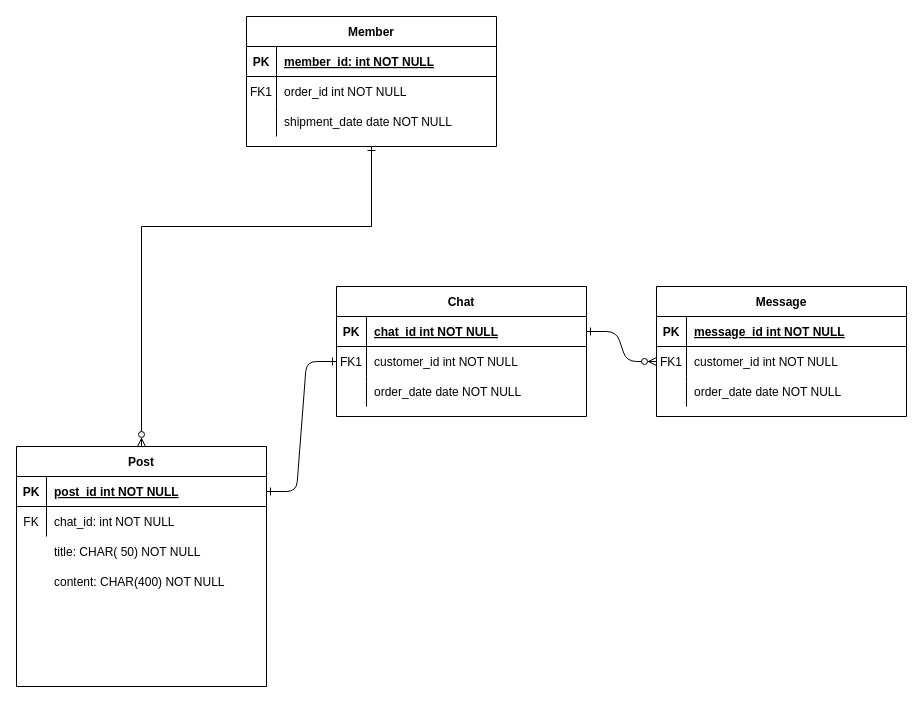
Before: ERD.drawio in rlagudtn/Share, a draw.io diagram. Source tidied: cells renumbered, new cells numbered last; positions are measured from the earlier drawing's top-left corner, leaving out a move shared by most shapes. Both pictures are drawn from the tidied source at 100%, with x=0, y=0 at pixel (16, 16).
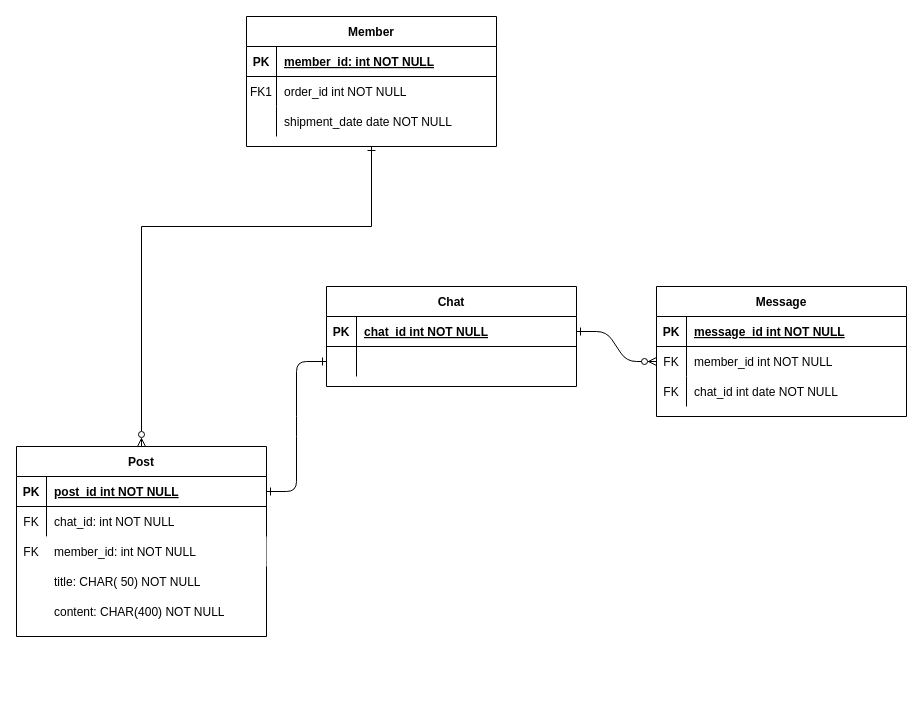
After the change.

The change refers to these unchanged cells:
```xml
<mxCell id="26" style="shape=partialRectangle;fillColor=none;points=[[0,0.5],[1,0.5]];portConstraint=eastwest;top=0;left=0;right=0;bottom=1;" parent="25" vertex="1">
  <mxGeometry y="30" width="250" height="30" as="geometry" />
</mxCell>
<mxCell id="36" style="shape=partialRectangle;fillColor=none;points=[[0,0.5],[1,0.5]];portConstraint=eastwest;top=0;left=0;right=0;bottom=0;" parent="32" vertex="1">
  <mxGeometry y="60" width="250" height="30" as="geometry" />
</mxCell>
<mxCell id="39" style="shape=partialRectangle;fillColor=none;top=0;left=0;right=0;bottom=0;" parent="32" vertex="1">
  <mxGeometry y="90" width="250" height="30" as="geometry" />
</mxCell>
```

Change to the diagram source:
```diff
@@
-    <mxCell id="2" style="edgeStyle=entityRelationEdgeStyle;endArrow=ERone;startArrow=ERone;endFill=0;startFill=0;" parent="1" edge="1" source="26" target="8">
-      <mxGeometry relative="1" as="geometry" />
+    <mxCell id="2" style="edgeStyle=entityRelationEdgeStyle;endArrow=ERone;startArrow=ERone;endFill=0;startFill=0;" parent="1" edge="1" source="26">
+      <mxGeometry relative="1" as="geometry">
+        <mxPoint x="310" y="345" as="targetPoint" />
+      </mxGeometry>
     </mxCell>
@@
     <mxCell id="4" value="Chat" style="shape=table;startSize=30;childLayout=tableLayout;rowLines=0;fontStyle=1;align=center;" parent="1" vertex="1">
-      <mxGeometry x="320" y="270" width="250" height="130" as="geometry" />
+      <mxGeometry x="310" y="270" width="250" height="100" as="geometry" />
     </mxCell>
@@
-    <mxCell id="8" style="shape=partialRectangle;fillColor=none;points=[[0,0.5],[1,0.5]];portConstraint=eastwest;top=0;left=0;right=0;bottom=0;" parent="4" vertex="1">
-      <mxGeometry y="60" width="250" height="30" as="geometry" />
-    </mxCell>
-    <mxCell id="9" value="FK1" style="shape=partialRectangle;overflow=hidden;fillColor=none;top=0;left=0;bottom=0;right=0;" parent="8" vertex="1">
-      <mxGeometry width="30" height="30" as="geometry" />
-    </mxCell>
-    <mxCell id="10" value="customer_id int NOT NULL" style="shape=partialRectangle;overflow=hidden;fillColor=none;top=0;left=0;bottom=0;right=0;align=left;spacingLeft=6;" parent="8" vertex="1">
-      <mxGeometry x="30" width="220" height="30" as="geometry" />
-    </mxCell>
     <mxCell id="11" style="shape=partialRectangle;fillColor=none;top=0;left=0;right=0;bottom=0;" parent="4" vertex="1">
-      <mxGeometry y="90" width="250" height="30" as="geometry" />
+      <mxGeometry y="60" width="250" height="30" as="geometry" />
     </mxCell>
@@
-    <mxCell id="13" value="order_date date NOT NULL" style="shape=partialRectangle;overflow=hidden;fillColor=none;top=0;left=0;bottom=0;right=0;align=left;spacingLeft=6;" parent="11" vertex="1">
+    <mxCell id="13" style="shape=partialRectangle;overflow=hidden;fillColor=none;top=0;left=0;bottom=0;right=0;align=left;spacingLeft=6;" parent="11" vertex="1">
       <mxGeometry x="30" width="220" height="30" as="geometry" />
     </mxCell>
@@
     <mxCell id="25" value="Post" style="shape=table;startSize=30;childLayout=tableLayout;rowLines=0;fontStyle=1;align=center;" parent="1" vertex="1">
-      <mxGeometry y="430" width="250" height="240" as="geometry" />
+      <mxGeometry y="430" width="250" height="190" as="geometry" />
     </mxCell>
@@
-    <mxCell id="37" value="FK1" style="shape=partialRectangle;overflow=hidden;fillColor=none;top=0;left=0;bottom=0;right=0;" parent="36" vertex="1">
+    <mxCell id="37" value="FK" style="shape=partialRectangle;overflow=hidden;fillColor=none;top=0;left=0;bottom=0;right=0;" parent="36" vertex="1">
       <mxGeometry width="30" height="30" as="geometry" />
     </mxCell>
-    <mxCell id="38" value="customer_id int NOT NULL" style="shape=partialRectangle;overflow=hidden;fillColor=none;top=0;left=0;bottom=0;right=0;align=left;spacingLeft=6;" parent="36" vertex="1">
+    <mxCell id="38" value="member_id int NOT NULL" style="shape=partialRectangle;overflow=hidden;fillColor=none;top=0;left=0;bottom=0;right=0;align=left;spacingLeft=6;" parent="36" vertex="1">
       <mxGeometry x="30" width="220" height="30" as="geometry" />
     </mxCell>
@@
-    <mxCell id="41" value="order_date date NOT NULL" style="shape=partialRectangle;overflow=hidden;fillColor=none;top=0;left=0;bottom=0;right=0;align=left;spacingLeft=6;" parent="39" vertex="1">
+    <mxCell id="41" value="chat_id int date NOT NULL" style="shape=partialRectangle;overflow=hidden;fillColor=none;top=0;left=0;bottom=0;right=0;align=left;spacingLeft=6;" parent="39" vertex="1">
       <mxGeometry x="30" width="220" height="30" as="geometry" />
     </mxCell>
     <mxCell id="42" style="shape=partialRectangle;fillColor=none;top=0;left=0;right=0;bottom=0;" parent="1" vertex="1">
-      <mxGeometry y="520" width="250" height="30" as="geometry" />
+      <mxGeometry y="550" width="250" height="30" as="geometry" />
     </mxCell>
@@
     <mxCell id="45" style="shape=partialRectangle;fillColor=none;top=0;left=0;right=0;bottom=0;" parent="1" vertex="1">
-      <mxGeometry y="550" width="250" height="30" as="geometry" />
+      <mxGeometry y="580" width="250" height="30" as="geometry" />
     </mxCell>
@@
+    <mxCell id="48" style="shape=partialRectangle;fillColor=none;top=0;left=0;right=0;bottom=0;" parent="1" vertex="1">
+      <mxGeometry y="520" width="250" height="30" as="geometry" />
+    </mxCell>
+    <mxCell id="49" value="FK" style="shape=partialRectangle;overflow=hidden;fillColor=none;top=0;left=0;bottom=0;right=0;" parent="48" vertex="1">
+      <mxGeometry width="30" height="30" as="geometry" />
+    </mxCell>
+    <mxCell id="50" value="member_id: int NOT NULL" style="shape=partialRectangle;overflow=hidden;top=0;left=0;bottom=0;right=0;align=left;spacingLeft=6;gradientColor=none;" parent="48" vertex="1">
+      <mxGeometry x="30" width="220" height="30" as="geometry" />
+    </mxCell>
+    <mxCell id="51" value="FK" style="shape=partialRectangle;overflow=hidden;fillColor=none;top=0;left=0;bottom=0;right=0;" parent="1" vertex="1">
+      <mxGeometry x="640" y="360" width="30" height="30" as="geometry" />
+    </mxCell>
```
